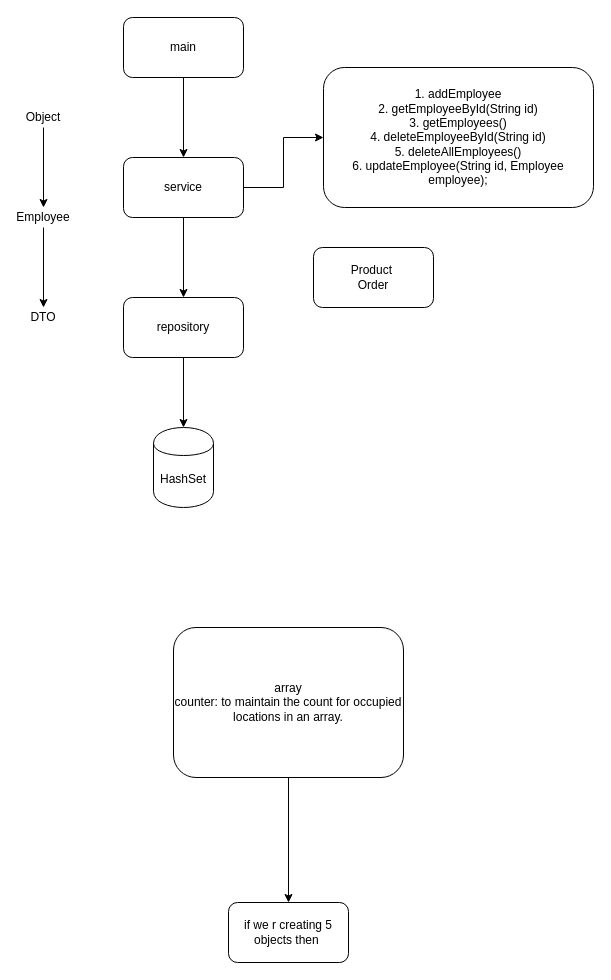
Above: page "Application Flow" (2 of 8) of Untitled Diagram.drawio in abhinandanchivate/landisgyrNotes (draw.io), before the change. Source tidied: cells renumbered, new cells numbered last; positions are measured from the earlier drawing's top-left corner, leaving out a move shared by most shapes. Both pictures are drawn from the tidied source at 100%, with x=0, y=0 at pixel (23, 17).
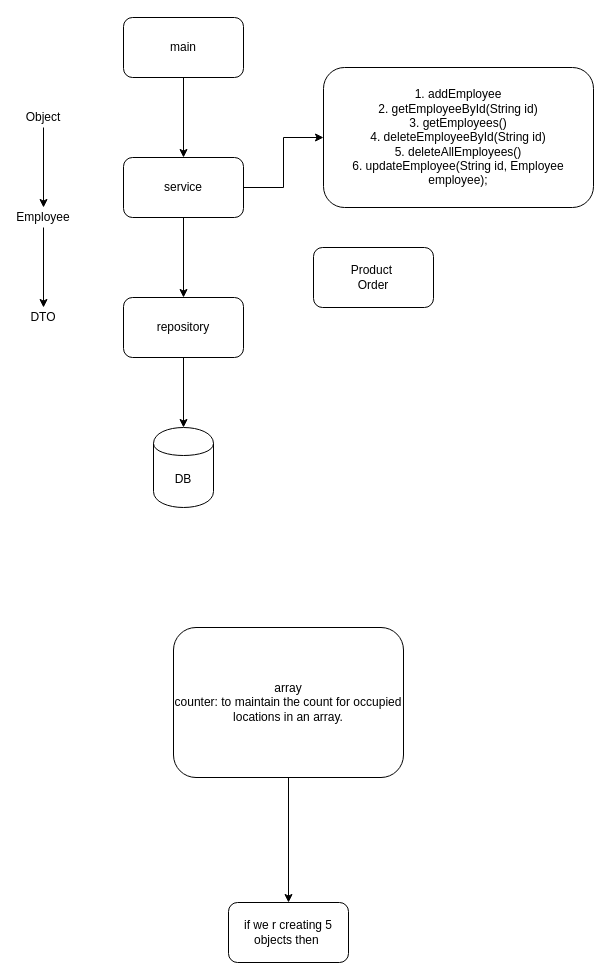
The same diagram, later.

What changed in the source:
```diff
@@
 <mxGraphModel>
   <root>
     <mxCell id="0" />
     <mxCell id="1" parent="0" />
     <mxCell id="2" style="edgeStyle=orthogonalEdgeStyle;rounded=0;jettySize=auto;html=1;" parent="1" edge="1" source="3" target="6">
       <mxGeometry relative="1" as="geometry" />
     </mxCell>
     <mxCell id="3" value="main" style="rounded=1;whiteSpace=wrap;html=1;" parent="1" vertex="1">
       <mxGeometry x="100" width="120" height="60" as="geometry" />
     </mxCell>
     <mxCell id="4" style="edgeStyle=orthogonalEdgeStyle;rounded=0;jettySize=auto;html=1;" parent="1" edge="1" source="6" target="8">
       <mxGeometry relative="1" as="geometry" />
     </mxCell>
     <mxCell id="5" style="edgeStyle=orthogonalEdgeStyle;rounded=0;jettySize=auto;html=1;entryX=0;entryY=0.5;entryDx=0;entryDy=0;" parent="1" edge="1" source="6" target="15">
       <mxGeometry relative="1" as="geometry" />
     </mxCell>
     <mxCell id="6" value="service" style="rounded=1;whiteSpace=wrap;html=1;" parent="1" vertex="1">
       <mxGeometry x="100" y="140" width="120" height="60" as="geometry" />
     </mxCell>
     <mxCell id="7" style="edgeStyle=orthogonalEdgeStyle;rounded=0;jettySize=auto;html=1;" parent="1" edge="1" source="8" target="9">
       <mxGeometry relative="1" as="geometry" />
     </mxCell>
     <mxCell id="8" value="repository" style="rounded=1;whiteSpace=wrap;html=1;" parent="1" vertex="1">
       <mxGeometry x="100" y="280" width="120" height="60" as="geometry" />
     </mxCell>
-    <mxCell id="9" value="HashSet" style="shape=cylinder;whiteSpace=wrap;html=1;boundedLbl=1;backgroundOutline=1;rounded=1;" parent="1" vertex="1">
+    <mxCell id="9" value="DB" style="shape=cylinder;whiteSpace=wrap;html=1;boundedLbl=1;backgroundOutline=1;rounded=1;" parent="1" vertex="1">
       <mxGeometry x="130" y="410" width="60" height="80" as="geometry" />
     </mxCell>
     <mxCell id="10" style="edgeStyle=orthogonalEdgeStyle;rounded=0;jettySize=auto;html=1;" parent="1" edge="1" source="11" target="13">
       <mxGeometry relative="1" as="geometry" />
     </mxCell>
     <mxCell id="11" value="Object" style="text;html=1;strokeColor=none;fillColor=none;align=center;verticalAlign=middle;whiteSpace=wrap;rounded=0;" parent="1" vertex="1">
       <mxGeometry y="90" width="40" height="20" as="geometry" />
     </mxCell>
     <mxCell id="12" style="edgeStyle=orthogonalEdgeStyle;rounded=0;jettySize=auto;html=1;" parent="1" edge="1" source="13" target="14">
       <mxGeometry relative="1" as="geometry" />
     </mxCell>
     <mxCell id="13" value="Employee" style="text;html=1;strokeColor=none;fillColor=none;align=center;verticalAlign=middle;whiteSpace=wrap;rounded=0;" parent="1" vertex="1">
       <mxGeometry y="190" width="40" height="20" as="geometry" />
     </mxCell>
     <mxCell id="14" value="DTO" style="text;html=1;strokeColor=none;fillColor=none;align=center;verticalAlign=middle;whiteSpace=wrap;rounded=0;" parent="1" vertex="1">
       <mxGeometry y="290" width="40" height="20" as="geometry" />
     </mxCell>
     <mxCell id="15" value="1. addEmployee&lt;br&gt;2. getEmployeeById(String id)&lt;br&gt;3. getEmployees()&lt;br&gt;4. deleteEmployeeById(String id)&lt;br&gt;5. deleteAllEmployees()&lt;br&gt;6. updateEmployee(String id, Employee employee);" style="rounded=1;whiteSpace=wrap;html=1;" parent="1" vertex="1">
       <mxGeometry x="300" y="50" width="270" height="140" as="geometry" />
     </mxCell>
     <mxCell id="16" value="Product&amp;nbsp;&lt;br&gt;Order" style="rounded=1;whiteSpace=wrap;html=1;" parent="1" vertex="1">
       <mxGeometry x="290" y="230" width="120" height="60" as="geometry" />
     </mxCell>
     <mxCell id="17" style="edgeStyle=orthogonalEdgeStyle;rounded=0;jettySize=auto;html=1;" parent="1" edge="1" source="18" target="19">
       <mxGeometry relative="1" as="geometry" />
     </mxCell>
     <mxCell id="18" value="array&lt;br&gt;counter: to maintain the count for occupied locations in an array." style="rounded=1;whiteSpace=wrap;html=1;" parent="1" vertex="1">
       <mxGeometry x="150" y="610" width="230" height="150" as="geometry" />
     </mxCell>
     <mxCell id="19" value="if we r creating 5 objects then&amp;nbsp;" style="whiteSpace=wrap;html=1;rounded=1;" parent="1" vertex="1">
       <mxGeometry x="205" y="885" width="120" height="60" as="geometry" />
     </mxCell>
   </root>
 </mxGraphModel>
```
